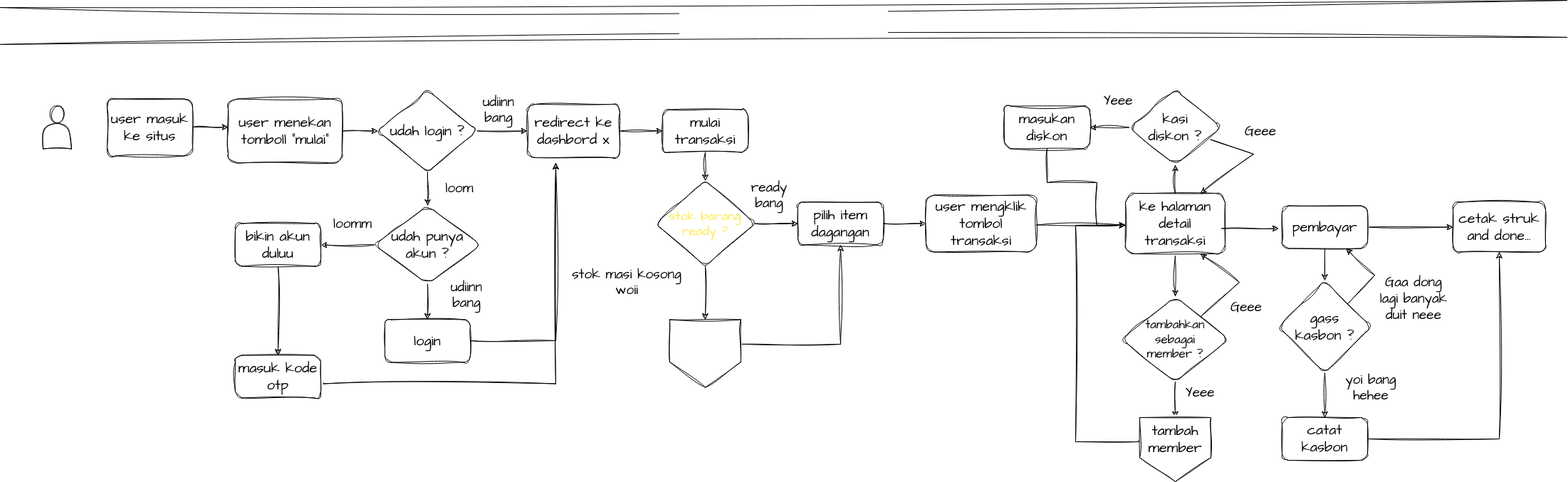
Before: Untitled Diagram.drawio.png, a diagram exported from draw.io (Petrichor-Dev/mypos). Source tidied: cells renumbered, new cells last; positions are measured from the earlier drawing's top-left corner, leaving out a move shared by most shapes.
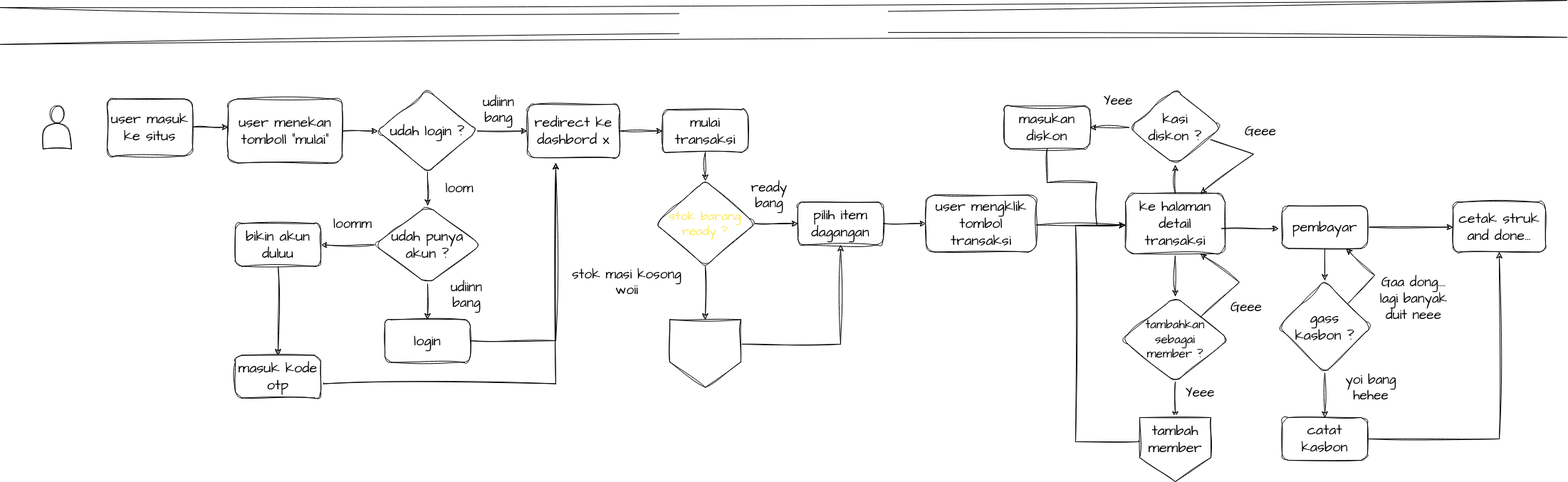
Later version of the same file.

Change to the diagram source:
```diff
@@ -252,7 +252,7 @@
     <mxCell id="68" value="Geee" style="text;strokeColor=none;align=center;fillColor=none;html=1;verticalAlign=middle;whiteSpace=wrap;rounded=0;sketch=1;hachureGap=4;jiggle=2;curveFitting=1;fontFamily=Architects Daughter;fontSource=https%3A%2F%2Ffonts.googleapis.com%2Fcss%3Ffamily%3DArchitects%2BDaughter;fontSize=19;labelBackgroundColor=none;" parent="1" vertex="1">
       <mxGeometry x="1740" y="142.5" width="60" height="30" as="geometry" />
     </mxCell>
-    <mxCell id="69" value="&lt;div&gt;Gaa dong&lt;/div&gt;&lt;div&gt;lagi banyak duit neee&lt;br&gt;&lt;/div&gt;" style="text;strokeColor=none;align=center;fillColor=none;html=1;verticalAlign=middle;whiteSpace=wrap;rounded=0;sketch=1;hachureGap=4;jiggle=2;curveFitting=1;fontFamily=Architects Daughter;fontSource=https%3A%2F%2Ffonts.googleapis.com%2Fcss%3Ffamily%3DArchitects%2BDaughter;fontSize=19;labelBackgroundColor=none;" parent="1" vertex="1">
+    <mxCell id="69" value="&lt;div&gt;Gaa dong....&lt;/div&gt;&lt;div&gt;lagi banyak duit neee&lt;br&gt;&lt;/div&gt;" style="text;strokeColor=none;align=center;fillColor=none;html=1;verticalAlign=middle;whiteSpace=wrap;rounded=0;sketch=1;hachureGap=4;jiggle=2;curveFitting=1;fontFamily=Architects Daughter;fontSource=https%3A%2F%2Ffonts.googleapis.com%2Fcss%3Ffamily%3DArchitects%2BDaughter;fontSize=19;labelBackgroundColor=none;" parent="1" vertex="1">
       <mxGeometry x="1930" y="372.5" width="110" height="40" as="geometry" />
     </mxCell>
     <mxCell id="70" value="tambah member" style="shape=offPageConnector;whiteSpace=wrap;html=1;sketch=1;hachureGap=4;jiggle=2;curveFitting=1;fontFamily=Architects Daughter;fontSource=https%3A%2F%2Ffonts.googleapis.com%2Fcss%3Ffamily%3DArchitects%2BDaughter;fontSize=20;verticalAlign=top;" parent="1" vertex="1">
```
